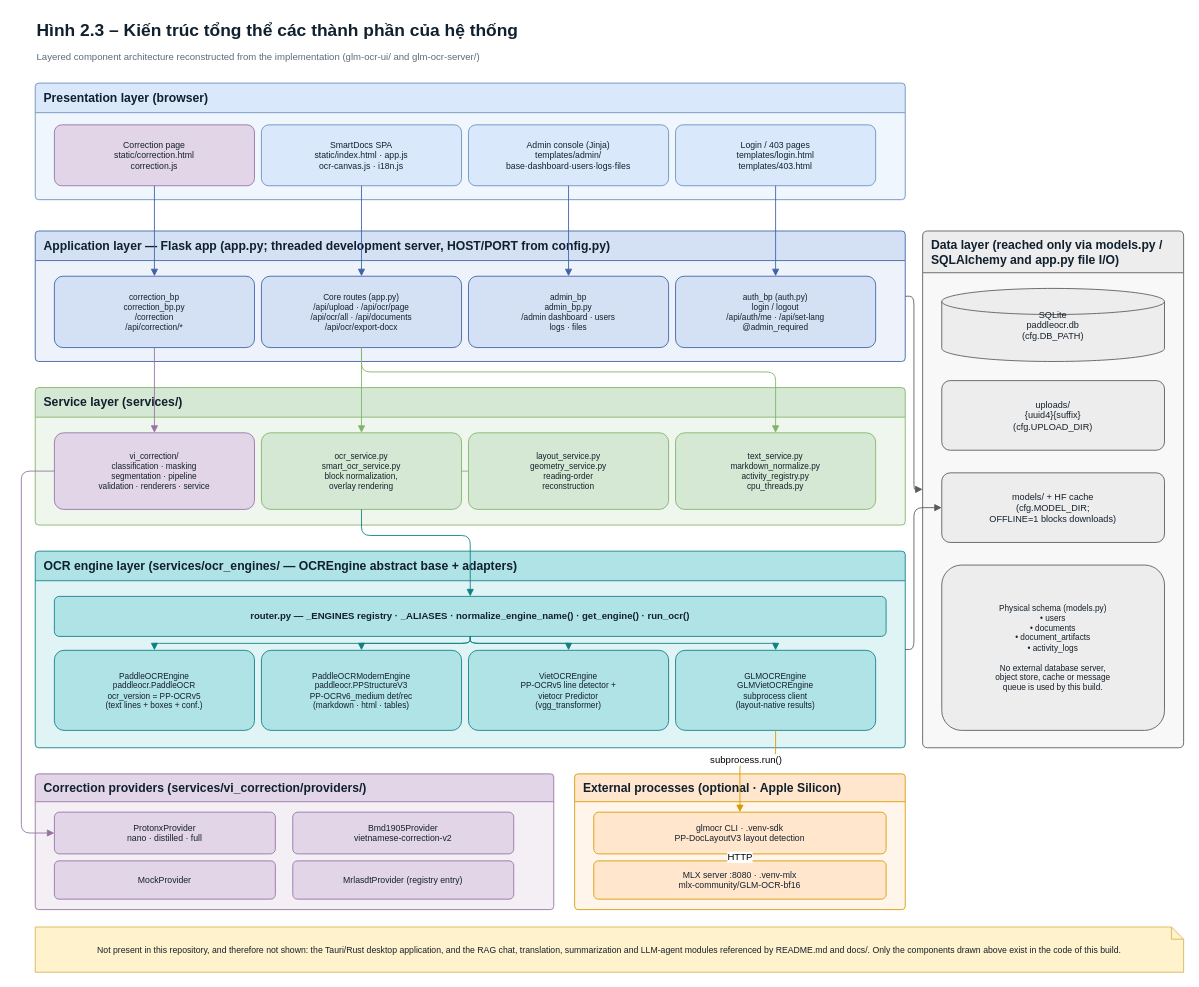
Earlier version of the draw.io diagram report_figures/chapter2/fig_2_3_architecture.drawio (imtoiteu/OCRandCorrectionVn). Source tidied: cells renumbered, new cells numbered last; positions are measured from the earlier drawing's top-left corner, leaving out a move shared by most shapes. Both pictures are drawn from the tidied source at 87%, with x=0, y=0 at pixel (21, 15).
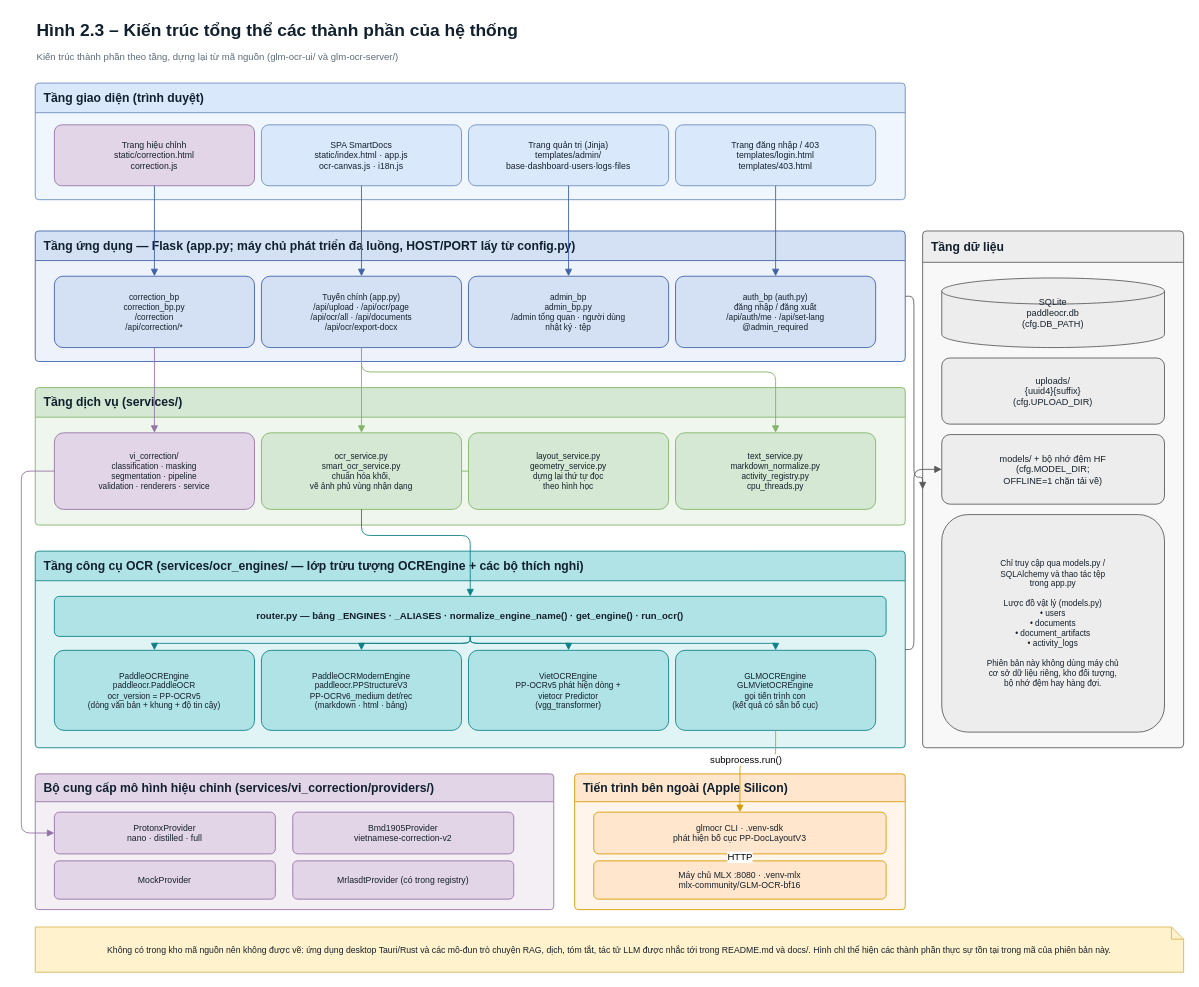
The same diagram, later.

Diff of the diagram source:
```diff
@@
-    <mxCell id="3" value="Layered component architecture reconstructed from the implementation (glm-ocr-ui/ and glm-ocr-server/)" style="text;html=1;fontSize=11;verticalAlign=middle;align=left;fontColor=#5A6B7B;" parent="1" vertex="1">
+    <mxCell id="3" value="Kiến trúc thành phần theo tầng, dựng lại từ mã nguồn (glm-ocr-ui/ và glm-ocr-server/)" style="text;html=1;fontSize=11;verticalAlign=middle;align=left;fontColor=#5A6B7B;" parent="1" vertex="1">
       <mxGeometry x="16" y="38" width="1320" height="20" as="geometry" />
     </mxCell>
-    <mxCell id="4" value="Presentation layer  (browser)" style="swimlane;rounded=1;arcSize=4;startSize=34;html=1;whiteSpace=wrap;fontSize=14;fontStyle=1;fillColor=#DAE8FC;strokeColor=#6C8EBF;swimlaneFillColor=#F0F6FD;fontColor=#10202E;verticalAlign=middle;align=left;spacingLeft=8;" parent="1" vertex="1">
+    <mxCell id="4" value="Tầng giao diện  (trình duyệt)" style="swimlane;rounded=1;arcSize=4;startSize=34;html=1;whiteSpace=wrap;fontSize=14;fontStyle=1;fillColor=#DAE8FC;strokeColor=#6C8EBF;swimlaneFillColor=#F0F6FD;fontColor=#10202E;verticalAlign=middle;align=left;spacingLeft=8;" parent="1" vertex="1">
       <mxGeometry x="16" y="78" width="1000" height="134" as="geometry" />
     </mxCell>
-    <mxCell id="5" value="Application layer  —  Flask app (app.py; threaded development server, HOST/PORT from config.py)" style="swimlane;rounded=1;arcSize=4;startSize=34;html=1;whiteSpace=wrap;fontSize=14;fontStyle=1;fillColor=#D4E1F5;strokeColor=#3F61A8;swimlaneFillColor=#EEF3FB;fontColor=#10202E;verticalAlign=middle;align=left;spacingLeft=8;" parent="1" vertex="1">
+    <mxCell id="5" value="Tầng ứng dụng  —  Flask (app.py; máy chủ phát triển đa luồng, HOST/PORT lấy từ config.py)" style="swimlane;rounded=1;arcSize=4;startSize=34;html=1;whiteSpace=wrap;fontSize=14;fontStyle=1;fillColor=#D4E1F5;strokeColor=#3F61A8;swimlaneFillColor=#EEF3FB;fontColor=#10202E;verticalAlign=middle;align=left;spacingLeft=8;" parent="1" vertex="1">
       <mxGeometry x="16" y="248" width="1000" height="150" as="geometry" />
     </mxCell>
-    <mxCell id="6" value="Service layer  (services/)" style="swimlane;rounded=1;arcSize=4;startSize=34;html=1;whiteSpace=wrap;fontSize=14;fontStyle=1;fillColor=#D5E8D4;strokeColor=#82B366;swimlaneFillColor=#EFF6EE;fontColor=#10202E;verticalAlign=middle;align=left;spacingLeft=8;" parent="1" vertex="1">
+    <mxCell id="6" value="Tầng dịch vụ  (services/)" style="swimlane;rounded=1;arcSize=4;startSize=34;html=1;whiteSpace=wrap;fontSize=14;fontStyle=1;fillColor=#D5E8D4;strokeColor=#82B366;swimlaneFillColor=#EFF6EE;fontColor=#10202E;verticalAlign=middle;align=left;spacingLeft=8;" parent="1" vertex="1">
       <mxGeometry x="16" y="428" width="1000" height="158" as="geometry" />
     </mxCell>
-    <mxCell id="7" value="OCR engine layer  (services/ocr_engines/ — OCREngine abstract base + adapters)" style="swimlane;rounded=1;arcSize=4;startSize=34;html=1;whiteSpace=wrap;fontSize=14;fontStyle=1;fillColor=#B0E3E6;strokeColor=#0E8088;swimlaneFillColor=#E0F4F5;fontColor=#10202E;verticalAlign=middle;align=left;spacingLeft=8;" parent="1" vertex="1">
+    <mxCell id="7" value="Tầng công cụ OCR  (services/ocr_engines/ — lớp trừu tượng OCREngine + các bộ thích nghi)" style="swimlane;rounded=1;arcSize=4;startSize=34;html=1;whiteSpace=wrap;fontSize=14;fontStyle=1;fillColor=#B0E3E6;strokeColor=#0E8088;swimlaneFillColor=#E0F4F5;fontColor=#10202E;verticalAlign=middle;align=left;spacingLeft=8;" parent="1" vertex="1">
       <mxGeometry x="16" y="616" width="1000" height="226" as="geometry" />
     </mxCell>
-    <mxCell id="8" value="Correction providers  (services/vi_correction/providers/)" style="swimlane;rounded=1;arcSize=4;startSize=32;html=1;whiteSpace=wrap;fontSize=14;fontStyle=1;fillColor=#E1D5E7;strokeColor=#9673A6;swimlaneFillColor=#F3EFF5;fontColor=#10202E;verticalAlign=middle;align=left;spacingLeft=8;" parent="1" vertex="1">
+    <mxCell id="8" value="Bộ cung cấp mô hình hiệu chỉnh  (services/vi_correction/providers/)" style="swimlane;rounded=1;arcSize=4;startSize=32;html=1;whiteSpace=wrap;fontSize=14;fontStyle=1;fillColor=#E1D5E7;strokeColor=#9673A6;swimlaneFillColor=#F3EFF5;fontColor=#10202E;verticalAlign=middle;align=left;spacingLeft=8;" parent="1" vertex="1">
       <mxGeometry x="16" y="872" width="596" height="156" as="geometry" />
     </mxCell>
-    <mxCell id="9" value="External processes  (optional · Apple Silicon)" style="swimlane;rounded=1;arcSize=4;startSize=32;html=1;whiteSpace=wrap;fontSize=14;fontStyle=1;fillColor=#FFE6CC;strokeColor=#D79B00;swimlaneFillColor=#FFF5EB;fontColor=#10202E;verticalAlign=middle;align=left;spacingLeft=8;" parent="1" vertex="1">
+    <mxCell id="9" value="Tiến trình bên ngoài (Apple Silicon)" style="swimlane;rounded=1;arcSize=4;startSize=32;html=1;whiteSpace=wrap;fontSize=14;fontStyle=1;fillColor=#FFE6CC;strokeColor=#D79B00;swimlaneFillColor=#FFF5EB;fontColor=#10202E;verticalAlign=middle;align=left;spacingLeft=8;" parent="1" vertex="1">
       <mxGeometry x="636" y="872" width="380" height="156" as="geometry" />
     </mxCell>
-    <mxCell id="10" value="Data layer  (reached only via models.py / SQLAlchemy and app.py file I/O)" style="swimlane;rounded=1;arcSize=4;startSize=48;html=1;whiteSpace=wrap;fontSize=14;fontStyle=1;fillColor=#EDEDED;strokeColor=#5A5A5A;swimlaneFillColor=#F8F8F8;fontColor=#10202E;verticalAlign=middle;align=left;spacingLeft=8;" parent="1" vertex="1">
+    <mxCell id="10" value="Tầng dữ liệu" style="swimlane;rounded=1;arcSize=4;startSize=36;html=1;whiteSpace=wrap;fontSize=14;fontStyle=1;fillColor=#EDEDED;strokeColor=#5A5A5A;swimlaneFillColor=#F8F8F8;fontColor=#10202E;verticalAlign=middle;align=left;spacingLeft=8;" parent="1" vertex="1">
       <mxGeometry x="1036" y="248" width="300" height="594" as="geometry" />
     </mxCell>
-    <mxCell id="11" value="Correction page&lt;br&gt;static/correction.html&lt;br&gt;correction.js" style="rounded=1;arcSize=12;whiteSpace=wrap;html=1;fontSize=10;fillColor=#E1D5E7;strokeColor=#9673A6;fontColor=#15202B;" parent="4" vertex="1">
+    <mxCell id="11" value="Trang hiệu chỉnh&lt;br&gt;static/correction.html&lt;br&gt;correction.js" style="rounded=1;arcSize=12;whiteSpace=wrap;html=1;fontSize=10;fillColor=#E1D5E7;strokeColor=#9673A6;fontColor=#15202B;" parent="4" vertex="1">
       <mxGeometry x="22" y="48" width="230" height="70" as="geometry" />
     </mxCell>
-    <mxCell id="12" value="SmartDocs SPA&lt;br&gt;static/index.html · app.js&lt;br&gt;ocr-canvas.js · i18n.js" style="rounded=1;arcSize=12;whiteSpace=wrap;html=1;fontSize=10;fillColor=#DAE8FC;strokeColor=#6C8EBF;fontColor=#15202B;" parent="4" vertex="1">
+    <mxCell id="12" value="SPA SmartDocs&lt;br&gt;static/index.html · app.js&lt;br&gt;ocr-canvas.js · i18n.js" style="rounded=1;arcSize=12;whiteSpace=wrap;html=1;fontSize=10;fillColor=#DAE8FC;strokeColor=#6C8EBF;fontColor=#15202B;" parent="4" vertex="1">
       <mxGeometry x="260" y="48" width="230" height="70" as="geometry" />
     </mxCell>
-    <mxCell id="13" value="Admin console (Jinja)&lt;br&gt;templates/admin/&lt;br&gt;base·dashboard·users·logs·files" style="rounded=1;arcSize=12;whiteSpace=wrap;html=1;fontSize=10;fillColor=#DAE8FC;strokeColor=#6C8EBF;fontColor=#15202B;" parent="4" vertex="1">
+    <mxCell id="13" value="Trang quản trị (Jinja)&lt;br&gt;templates/admin/&lt;br&gt;base·dashboard·users·logs·files" style="rounded=1;arcSize=12;whiteSpace=wrap;html=1;fontSize=10;fillColor=#DAE8FC;strokeColor=#6C8EBF;fontColor=#15202B;" parent="4" vertex="1">
       <mxGeometry x="498" y="48" width="230" height="70" as="geometry" />
     </mxCell>
-    <mxCell id="14" value="Login / 403 pages&lt;br&gt;templates/login.html&lt;br&gt;templates/403.html" style="rounded=1;arcSize=12;whiteSpace=wrap;html=1;fontSize=10;fillColor=#DAE8FC;strokeColor=#6C8EBF;fontColor=#15202B;" parent="4" vertex="1">
+    <mxCell id="14" value="Trang đăng nhập / 403&lt;br&gt;templates/login.html&lt;br&gt;templates/403.html" style="rounded=1;arcSize=12;whiteSpace=wrap;html=1;fontSize=10;fillColor=#DAE8FC;strokeColor=#6C8EBF;fontColor=#15202B;" parent="4" vertex="1">
       <mxGeometry x="736" y="48" width="230" height="70" as="geometry" />
     </mxCell>
@@
-    <mxCell id="16" value="Core routes (app.py)&lt;br&gt;/api/upload · /api/ocr/page&lt;br&gt;/api/ocr/all · /api/documents&lt;br&gt;/api/ocr/export-docx" style="rounded=1;arcSize=12;whiteSpace=wrap;html=1;fontSize=9.5;fillColor=#D4E1F5;strokeColor=#3F61A8;fontColor=#15202B;" parent="5" vertex="1">
+    <mxCell id="16" value="Tuyến chính (app.py)&lt;br&gt;/api/upload · /api/ocr/page&lt;br&gt;/api/ocr/all · /api/documents&lt;br&gt;/api/ocr/export-docx" style="rounded=1;arcSize=12;whiteSpace=wrap;html=1;fontSize=9.5;fillColor=#D4E1F5;strokeColor=#3F61A8;fontColor=#15202B;" parent="5" vertex="1">
       <mxGeometry x="260" y="52" width="230" height="82" as="geometry" />
     </mxCell>
-    <mxCell id="17" value="admin_bp&lt;br&gt;admin_bp.py&lt;br&gt;/admin dashboard · users&lt;br&gt;logs · files" style="rounded=1;arcSize=12;whiteSpace=wrap;html=1;fontSize=9.5;fillColor=#D4E1F5;strokeColor=#3F61A8;fontColor=#15202B;" parent="5" vertex="1">
+    <mxCell id="17" value="admin_bp&lt;br&gt;admin_bp.py&lt;br&gt;/admin tổng quan · người dùng&lt;br&gt;nhật ký · tệp" style="rounded=1;arcSize=12;whiteSpace=wrap;html=1;fontSize=9.5;fillColor=#D4E1F5;strokeColor=#3F61A8;fontColor=#15202B;" parent="5" vertex="1">
       <mxGeometry x="498" y="52" width="230" height="82" as="geometry" />
     </mxCell>
-    <mxCell id="18" value="auth_bp (auth.py)&lt;br&gt;login / logout&lt;br&gt;/api/auth/me · /api/set-lang&lt;br&gt;@admin_required" style="rounded=1;arcSize=12;whiteSpace=wrap;html=1;fontSize=9.5;fillColor=#D4E1F5;strokeColor=#3F61A8;fontColor=#15202B;" parent="5" vertex="1">
+    <mxCell id="18" value="auth_bp (auth.py)&lt;br&gt;đăng nhập / đăng xuất&lt;br&gt;/api/auth/me · /api/set-lang&lt;br&gt;@admin_required" style="rounded=1;arcSize=12;whiteSpace=wrap;html=1;fontSize=9.5;fillColor=#D4E1F5;strokeColor=#3F61A8;fontColor=#15202B;" parent="5" vertex="1">
       <mxGeometry x="736" y="52" width="230" height="82" as="geometry" />
     </mxCell>
@@
-    <mxCell id="20" value="ocr_service.py&lt;br&gt;smart_ocr_service.py&lt;br&gt;block normalization,&lt;br&gt;overlay rendering" style="rounded=1;arcSize=12;whiteSpace=wrap;html=1;fontSize=9.5;fillColor=#D5E8D4;strokeColor=#82B366;fontColor=#15202B;" parent="6" vertex="1">
+    <mxCell id="20" value="ocr_service.py&lt;br&gt;smart_ocr_service.py&lt;br&gt;chuẩn hóa khối,&lt;br&gt;vẽ ảnh phủ vùng nhận dạng" style="rounded=1;arcSize=12;whiteSpace=wrap;html=1;fontSize=9.5;fillColor=#D5E8D4;strokeColor=#82B366;fontColor=#15202B;" parent="6" vertex="1">
       <mxGeometry x="260" y="52" width="230" height="88" as="geometry" />
     </mxCell>
-    <mxCell id="21" value="layout_service.py&lt;br&gt;geometry_service.py&lt;br&gt;reading-order&lt;br&gt;reconstruction" style="rounded=1;arcSize=12;whiteSpace=wrap;html=1;fontSize=9.5;fillColor=#D5E8D4;strokeColor=#82B366;fontColor=#15202B;" parent="6" vertex="1">
+    <mxCell id="21" value="layout_service.py&lt;br&gt;geometry_service.py&lt;br&gt;dựng lại thứ tự đọc&lt;br&gt;theo hình học" style="rounded=1;arcSize=12;whiteSpace=wrap;html=1;fontSize=9.5;fillColor=#D5E8D4;strokeColor=#82B366;fontColor=#15202B;" parent="6" vertex="1">
       <mxGeometry x="498" y="52" width="230" height="88" as="geometry" />
     </mxCell>
@@
-    <mxCell id="23" value="router.py   —   _ENGINES registry · _ALIASES · normalize_engine_name() · get_engine() · run_ocr()" style="rounded=1;arcSize=12;whiteSpace=wrap;html=1;fontSize=11;fillColor=#B0E3E6;strokeColor=#0E8088;fontColor=#15202B;fontStyle=1;" parent="7" vertex="1">
+    <mxCell id="23" value="router.py   —   bảng _ENGINES · _ALIASES · normalize_engine_name() · get_engine() · run_ocr()" style="rounded=1;arcSize=12;whiteSpace=wrap;html=1;fontSize=11;fillColor=#B0E3E6;strokeColor=#0E8088;fontColor=#15202B;fontStyle=1;" parent="7" vertex="1">
       <mxGeometry x="22" y="52" width="956" height="46" as="geometry" />
     </mxCell>
-    <mxCell id="24" value="PaddleOCREngine&lt;br&gt;paddleocr.PaddleOCR&lt;br&gt;ocr_version = PP-OCRv5&lt;br&gt;(text lines + boxes + conf.)" style="rounded=1;arcSize=12;whiteSpace=wrap;html=1;fontSize=9.5;fillColor=#B0E3E6;strokeColor=#0E8088;fontColor=#15202B;" parent="7" vertex="1">
+    <mxCell id="24" value="PaddleOCREngine&lt;br&gt;paddleocr.PaddleOCR&lt;br&gt;ocr_version = PP-OCRv5&lt;br&gt;(dòng văn bản + khung + độ tin cậy)" style="rounded=1;arcSize=12;whiteSpace=wrap;html=1;fontSize=9.5;fillColor=#B0E3E6;strokeColor=#0E8088;fontColor=#15202B;" parent="7" vertex="1">
       <mxGeometry x="22" y="114" width="230" height="92" as="geometry" />
     </mxCell>
-    <mxCell id="25" value="PaddleOCRModernEngine&lt;br&gt;paddleocr.PPStructureV3&lt;br&gt;PP-OCRv6_medium det/rec&lt;br&gt;(markdown · html · tables)" style="rounded=1;arcSize=12;whiteSpace=wrap;html=1;fontSize=9.5;fillColor=#B0E3E6;strokeColor=#0E8088;fontColor=#15202B;" parent="7" vertex="1">
+    <mxCell id="25" value="PaddleOCRModernEngine&lt;br&gt;paddleocr.PPStructureV3&lt;br&gt;PP-OCRv6_medium det/rec&lt;br&gt;(markdown · html · bảng)" style="rounded=1;arcSize=12;whiteSpace=wrap;html=1;fontSize=9.5;fillColor=#B0E3E6;strokeColor=#0E8088;fontColor=#15202B;" parent="7" vertex="1">
       <mxGeometry x="260" y="114" width="230" height="92" as="geometry" />
     </mxCell>
-    <mxCell id="26" value="VietOCREngine&lt;br&gt;PP-OCRv5 line detector +&lt;br&gt;vietocr Predictor&lt;br&gt;(vgg_transformer)" style="rounded=1;arcSize=12;whiteSpace=wrap;html=1;fontSize=9.5;fillColor=#B0E3E6;strokeColor=#0E8088;fontColor=#15202B;" parent="7" vertex="1">
+    <mxCell id="26" value="VietOCREngine&lt;br&gt;PP-OCRv5 phát hiện dòng +&lt;br&gt;vietocr Predictor&lt;br&gt;(vgg_transformer)" style="rounded=1;arcSize=12;whiteSpace=wrap;html=1;fontSize=9.5;fillColor=#B0E3E6;strokeColor=#0E8088;fontColor=#15202B;" parent="7" vertex="1">
       <mxGeometry x="498" y="114" width="230" height="92" as="geometry" />
     </mxCell>
-    <mxCell id="27" value="GLMOCREngine&lt;br&gt;GLMVietOCREngine&lt;br&gt;subprocess client&lt;br&gt;(layout-native results)" style="rounded=1;arcSize=12;whiteSpace=wrap;html=1;fontSize=9.5;fillColor=#B0E3E6;strokeColor=#0E8088;fontColor=#15202B;" parent="7" vertex="1">
+    <mxCell id="27" value="GLMOCREngine&lt;br&gt;GLMVietOCREngine&lt;br&gt;gọi tiến trình con&lt;br&gt;(kết quả có sẵn bố cục)" style="rounded=1;arcSize=12;whiteSpace=wrap;html=1;fontSize=9.5;fillColor=#B0E3E6;strokeColor=#0E8088;fontColor=#15202B;" parent="7" vertex="1">
       <mxGeometry x="736" y="114" width="230" height="92" as="geometry" />
     </mxCell>
@@
-    <mxCell id="31" value="MrlasdtProvider (registry entry)" style="rounded=1;arcSize=12;whiteSpace=wrap;html=1;fontSize=10;fillColor=#E1D5E7;strokeColor=#9673A6;fontColor=#15202B;" parent="8" vertex="1">
+    <mxCell id="31" value="MrlasdtProvider (có trong registry)" style="rounded=1;arcSize=12;whiteSpace=wrap;html=1;fontSize=10;fillColor=#E1D5E7;strokeColor=#9673A6;fontColor=#15202B;" parent="8" vertex="1">
       <mxGeometry x="296" y="100" width="254" height="44" as="geometry" />
     </mxCell>
-    <mxCell id="32" value="glmocr CLI  ·  .venv-sdk&lt;br&gt;PP-DocLayoutV3 layout detection" style="rounded=1;arcSize=12;whiteSpace=wrap;html=1;fontSize=10;fillColor=#FFE6CC;strokeColor=#D79B00;fontColor=#15202B;" parent="9" vertex="1">
+    <mxCell id="32" value="glmocr CLI  ·  .venv-sdk&lt;br&gt;phát hiện bố cục PP-DocLayoutV3" style="rounded=1;arcSize=12;whiteSpace=wrap;html=1;fontSize=10;fillColor=#FFE6CC;strokeColor=#D79B00;fontColor=#15202B;" parent="9" vertex="1">
       <mxGeometry x="22" y="44" width="336" height="48" as="geometry" />
     </mxCell>
-    <mxCell id="33" value="MLX server :8080  ·  .venv-mlx&lt;br&gt;mlx-community/GLM-OCR-bf16" style="rounded=1;arcSize=12;whiteSpace=wrap;html=1;fontSize=10;fillColor=#FFE6CC;strokeColor=#D79B00;fontColor=#15202B;" parent="9" vertex="1">
+    <mxCell id="33" value="Máy chủ MLX :8080  ·  .venv-mlx&lt;br&gt;mlx-community/GLM-OCR-bf16" style="rounded=1;arcSize=12;whiteSpace=wrap;html=1;fontSize=10;fillColor=#FFE6CC;strokeColor=#D79B00;fontColor=#15202B;" parent="9" vertex="1">
       <mxGeometry x="22" y="100" width="336" height="44" as="geometry" />
     </mxCell>
     <mxCell id="34" value="SQLite&lt;br&gt;paddleocr.db&lt;br&gt;(cfg.DB_PATH)" style="shape=cylinder3;backgroundOutline=1;whiteSpace=wrap;html=1;fontSize=10.5;fillColor=#EDEDED;strokeColor=#5A5A5A;fontColor=#15202B;" parent="10" vertex="1">
-      <mxGeometry x="22" y="66" width="256" height="84" as="geometry" />
+      <mxGeometry x="22" y="54" width="256" height="80" as="geometry" />
     </mxCell>
     <mxCell id="35" value="uploads/&lt;br&gt;{uuid4}{suffix}&lt;br&gt;(cfg.UPLOAD_DIR)" style="rounded=1;arcSize=12;whiteSpace=wrap;html=1;fontSize=10.5;fillColor=#EDEDED;strokeColor=#5A5A5A;fontColor=#15202B;" parent="10" vertex="1">
-      <mxGeometry x="22" y="172" width="256" height="80" as="geometry" />
+      <mxGeometry x="22" y="146" width="256" height="76" as="geometry" />
     </mxCell>
-    <mxCell id="36" value="models/  +  HF cache&lt;br&gt;(cfg.MODEL_DIR;&lt;br&gt;OFFLINE=1 blocks downloads)" style="rounded=1;arcSize=12;whiteSpace=wrap;html=1;fontSize=10.5;fillColor=#EDEDED;strokeColor=#5A5A5A;fontColor=#15202B;" parent="10" vertex="1">
-      <mxGeometry x="22" y="278" width="256" height="80" as="geometry" />
+    <mxCell id="36" value="models/  +  bộ nhớ đệm HF&lt;br&gt;(cfg.MODEL_DIR;&lt;br&gt;OFFLINE=1 chặn tải về)" style="rounded=1;arcSize=12;whiteSpace=wrap;html=1;fontSize=10.5;fillColor=#EDEDED;strokeColor=#5A5A5A;fontColor=#15202B;" parent="10" vertex="1">
+      <mxGeometry x="22" y="234" width="256" height="80" as="geometry" />
     </mxCell>
-    <mxCell id="37" value="Physical schema (models.py)&lt;br&gt;• users&lt;br&gt;• documents&lt;br&gt;• document_artifacts&lt;br&gt;• activity_logs&lt;br&gt;&lt;br&gt;No external database server,&lt;br&gt;object store, cache or message&lt;br&gt;queue is used by this build." style="rounded=1;arcSize=12;whiteSpace=wrap;html=1;fontSize=9.5;fillColor=#EDEDED;strokeColor=#5A5A5A;fontColor=#15202B;" parent="10" vertex="1">
-      <mxGeometry x="22" y="384" width="256" height="190" as="geometry" />
+    <mxCell id="37" value="Chỉ truy cập qua models.py /&lt;br&gt;SQLAlchemy và thao tác tệp&lt;br&gt;trong app.py&lt;br&gt;&lt;br&gt;Lược đồ vật lý (models.py)&lt;br&gt;• users&lt;br&gt;• documents&lt;br&gt;• document_artifacts&lt;br&gt;• activity_logs&lt;br&gt;&lt;br&gt;Phiên bản này không dùng máy chủ&lt;br&gt;cơ sở dữ liệu riêng, kho đối tượng,&lt;br&gt;bộ nhớ đệm hay hàng đợi." style="rounded=1;arcSize=12;whiteSpace=wrap;html=1;fontSize=9.5;fillColor=#EDEDED;strokeColor=#5A5A5A;fontColor=#15202B;" parent="10" vertex="1">
+      <mxGeometry x="22" y="326" width="256" height="250" as="geometry" />
     </mxCell>
-    <mxCell id="38" value="Not present in this repository, and therefore not shown: the Tauri/Rust desktop application, and the RAG chat, translation, summarization and LLM-agent modules referenced by README.md and docs/. Only the components drawn above exist in the code of this build." style="shape=note;size=14;whiteSpace=wrap;html=1;fontSize=10;fillColor=#FFF2CC;strokeColor=#D6B656;fontColor=#15202B;" parent="1" vertex="1">
+    <mxCell id="38" value="Không có trong kho mã nguồn nên không được vẽ: ứng dụng desktop Tauri/Rust và các mô-đun trò chuyện RAG, dịch, tóm tắt, tác tử LLM được nhắc tới trong README.md và docs/. Hình chỉ thể hiện các thành phần thực sự tồn tại trong mã của phiên bản này." style="shape=note;size=14;whiteSpace=wrap;html=1;fontSize=10;fillColor=#FFF2CC;strokeColor=#D6B656;fontColor=#15202B;" parent="1" vertex="1">
       <mxGeometry x="16" y="1048" width="1320" height="52" as="geometry" />
     </mxCell>
@@
     <mxCell id="55" style="edgeStyle=orthogonalEdgeStyle;rounded=1;html=1;fontSize=11;endArrow=block;strokeColor=#5A5A5A;labelBackgroundColor=#FFFFFF;exitX=1;exitY=0.5;exitDx=0;exitDy=0;entryX=0;entryY=0.5;entryDx=0;entryDy=0;" parent="1" edge="1" source="5" target="10">
       <mxGeometry relative="1" as="geometry">
         <Array as="points">
           <mxPoint x="1026" y="323" />
-          <mxPoint x="1026" y="545" />
+          <mxPoint x="1026" y="531" />
         </Array>
       </mxGeometry>
     </mxCell>
     <mxCell id="56" style="edgeStyle=orthogonalEdgeStyle;rounded=1;html=1;fontSize=11;endArrow=block;strokeColor=#5A5A5A;labelBackgroundColor=#FFFFFF;exitX=1;exitY=0.5;exitDx=0;exitDy=0;entryX=0;entryY=0.5;entryDx=0;entryDy=0;" parent="1" edge="1" source="7" target="36">
       <mxGeometry relative="1" as="geometry">
         <Array as="points">
           <mxPoint x="1026" y="729" />
-          <mxPoint x="1026" y="566" />
+          <mxPoint x="1026" y="522" />
         </Array>
       </mxGeometry>
     </mxCell>
```
